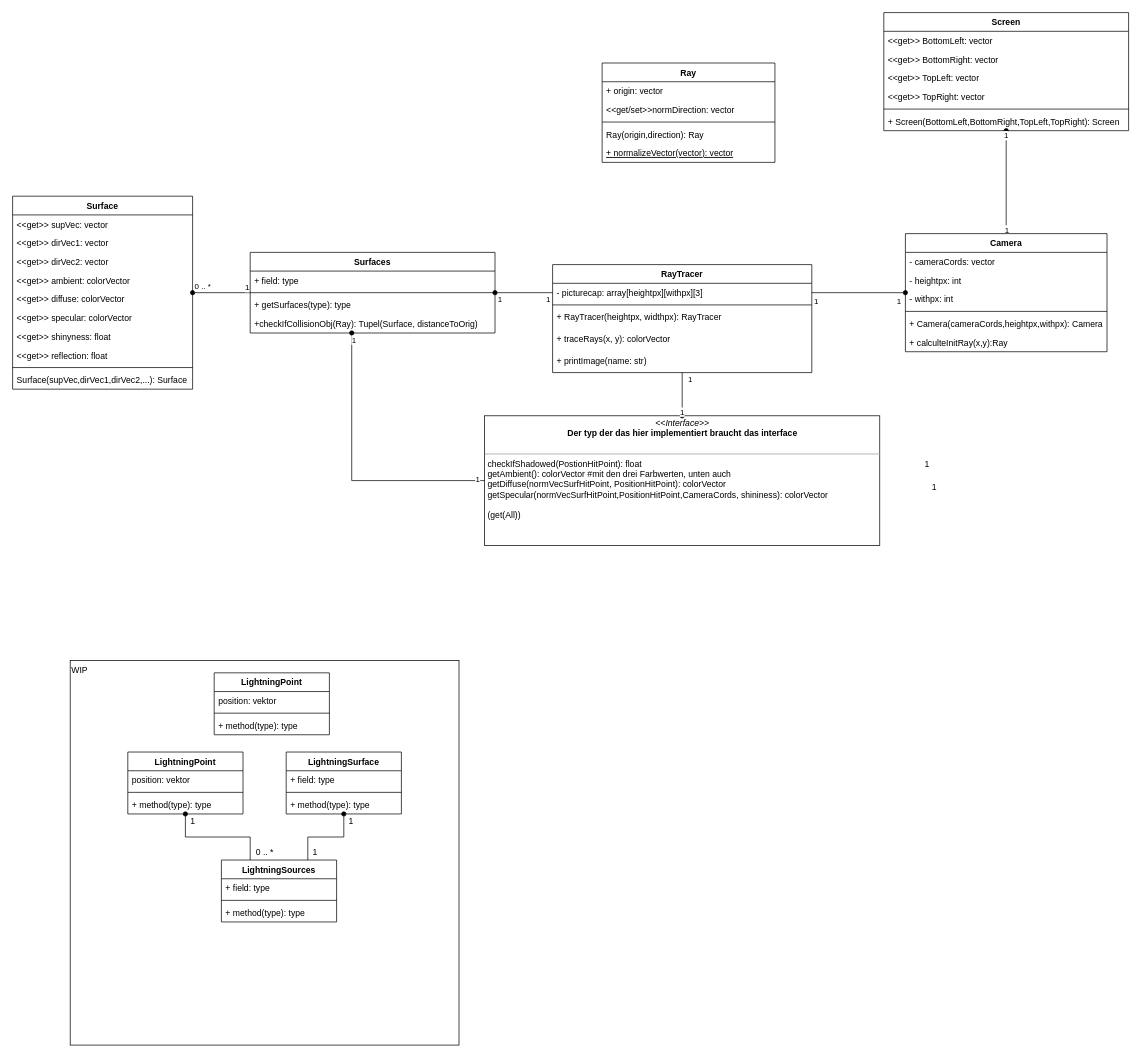
This is rayclasses.drawio from FreshMax9000/RayTrace, a draw.io file, before an edit. Source tidied: cells renumbered, new cells numbered last; positions are measured from the earlier drawing's top-left corner, leaving out a move shared by most shapes. Both pictures are drawn from the tidied source at 72%, with x=0, y=0 at pixel (12, 12).
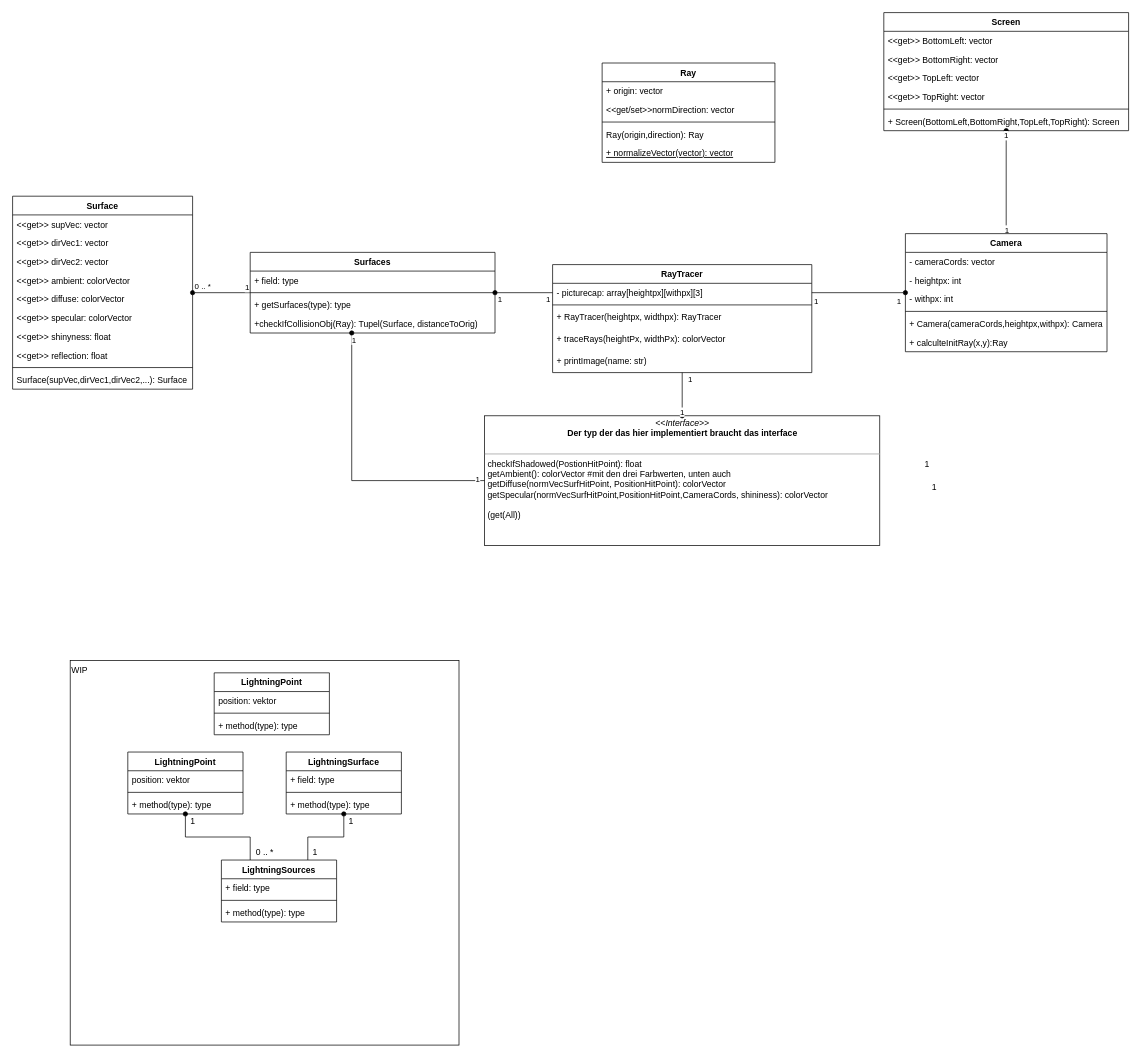
Above is the later version.

Commit message:
Changed parameter names of RayTracer.traceRays()

Unchanged cells that the change refers to:
```xml
<mxCell id="46" value="RayTracer" style="swimlane;fontStyle=1;align=center;verticalAlign=top;horizontal=1;startSize=26;" parent="1" vertex="1">
  <mxGeometry x="750" y="350" width="360" height="150" as="geometry" />
</mxCell>
```

The edit, as a diff of the source:
```diff
@@
-    <mxCell id="50" value="+ traceRays(x, y): colorVector" style="text;strokeColor=none;fillColor=none;align=left;verticalAlign=top;spacingLeft=4;spacingRight=4;overflow=hidden;" parent="46" vertex="1">
+    <mxCell id="50" value="+ traceRays(heightPx, widthPx): colorVector" style="text;strokeColor=none;fillColor=none;align=left;verticalAlign=top;spacingLeft=4;spacingRight=4;overflow=hidden;" parent="46" vertex="1">
       <mxGeometry y="90" width="360" height="30" as="geometry" />
     </mxCell>
```
